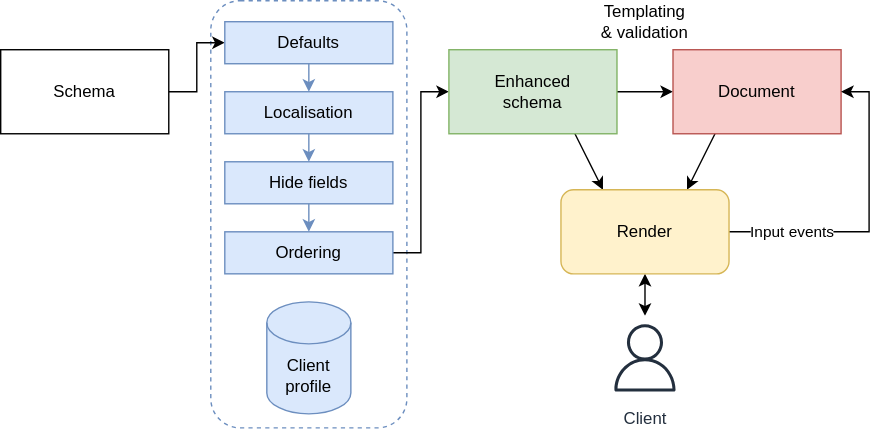
Before: slides/resources/public/img/ui-schema-pipeline.svg, a diagram exported from draw.io (oliyh/jsonschema-talk). Source tidied: cells renumbered, new cells last; positions are measured from the earlier drawing's top-left corner, leaving out a move shared by most shapes.
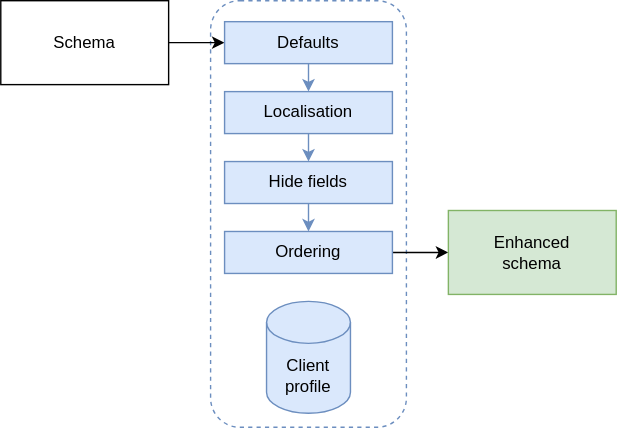
After the commit.

Change to the diagram source:
```diff
@@ -9,7 +9,7 @@
       <mxGeometry relative="1" as="geometry" />
     </mxCell>
     <mxCell id="4" value="Schema" style="rounded=0;whiteSpace=wrap;html=1;" parent="1" vertex="1">
-      <mxGeometry y="35" width="120" height="60" as="geometry" />
+      <mxGeometry width="120" height="60" as="geometry" />
     </mxCell>
     <mxCell id="5" style="edgeStyle=orthogonalEdgeStyle;rounded=0;jettySize=auto;html=1;exitX=0.5;exitY=1;exitDx=0;exitDy=0;entryX=0.5;entryY=0;entryDx=0;entryDy=0;fillColor=#dae8fc;strokeColor=#6c8ebf;" parent="1" edge="1" source="6" target="8">
       <mxGeometry relative="1" as="geometry" />
@@ -38,38 +38,8 @@
     <mxCell id="13" value="Client&lt;div&gt;profile&lt;/div&gt;" style="shape=cylinder3;whiteSpace=wrap;html=1;boundedLbl=1;backgroundOutline=1;size=15;fillColor=#dae8fc;strokeColor=#6c8ebf;" parent="1" vertex="1">
       <mxGeometry x="190" y="215" width="60" height="80" as="geometry" />
     </mxCell>
-    <mxCell id="14" style="rounded=0;jettySize=auto;html=1;exitX=0.75;exitY=1;exitDx=0;exitDy=0;entryX=0.25;entryY=0;entryDx=0;entryDy=0;" parent="1" edge="1" source="16" target="22">
-      <mxGeometry relative="1" as="geometry" />
-    </mxCell>
-    <mxCell id="15" style="edgeStyle=orthogonalEdgeStyle;rounded=0;jettySize=auto;html=1;exitX=1;exitY=0.5;exitDx=0;exitDy=0;entryX=0;entryY=0.5;entryDx=0;entryDy=0;" parent="1" edge="1" source="16" target="18">
-      <mxGeometry relative="1" as="geometry" />
-    </mxCell>
     <mxCell id="16" value="Enhanced&lt;div&gt;schema&lt;/div&gt;" style="rounded=0;whiteSpace=wrap;html=1;fillColor=#d5e8d4;strokeColor=#82b366;" parent="1" vertex="1">
-      <mxGeometry x="320" y="35" width="120" height="60" as="geometry" />
+      <mxGeometry x="320" y="150" width="120" height="60" as="geometry" />
     </mxCell>
-    <mxCell id="17" style="rounded=0;jettySize=auto;html=1;exitX=0.25;exitY=1;exitDx=0;exitDy=0;entryX=0.75;entryY=0;entryDx=0;entryDy=0;" parent="1" edge="1" source="18" target="22">
-      <mxGeometry relative="1" as="geometry" />
-    </mxCell>
-    <mxCell id="18" value="Document" style="rounded=0;whiteSpace=wrap;html=1;fillColor=#f8cecc;strokeColor=#b85450;" parent="1" vertex="1">
-      <mxGeometry x="480" y="35" width="120" height="60" as="geometry" />
-    </mxCell>
-    <mxCell id="19" style="edgeStyle=orthogonalEdgeStyle;rounded=0;jettySize=auto;html=1;exitX=1;exitY=0.5;exitDx=0;exitDy=0;entryX=1;entryY=0.5;entryDx=0;entryDy=0;" parent="1" edge="1" source="22" target="18">
-      <mxGeometry relative="1" as="geometry" />
-    </mxCell>
-    <mxCell id="20" value="Input events" style="edgeLabel;html=1;align=center;verticalAlign=middle;" parent="19" vertex="1">
-      <mxGeometry x="-0.6" y="1" relative="1" as="geometry" />
-    </mxCell>
-    <mxCell id="21" style="edgeStyle=orthogonalEdgeStyle;rounded=0;jettySize=auto;html=1;exitX=0.5;exitY=1;exitDx=0;exitDy=0;startArrow=classic;startFill=1;" parent="1" edge="1" source="22" target="23">
-      <mxGeometry relative="1" as="geometry" />
-    </mxCell>
-    <mxCell id="22" value="Render" style="rounded=1;whiteSpace=wrap;html=1;fillColor=#fff2cc;strokeColor=#d6b656;" parent="1" vertex="1">
-      <mxGeometry x="400" y="135" width="120" height="60" as="geometry" />
-    </mxCell>
-    <mxCell id="23" value="Client" style="sketch=0;outlineConnect=0;fontColor=#232F3E;gradientColor=none;strokeColor=#232F3E;fillColor=#ffffff;dashed=0;verticalLabelPosition=bottom;verticalAlign=top;align=center;html=1;fontSize=12;fontStyle=0;shape=mxgraph.aws4.resourceIcon;resIcon=mxgraph.aws4.user;" parent="1" vertex="1">
-      <mxGeometry x="430" y="225" width="60" height="60" as="geometry" />
-    </mxCell>
-    <mxCell id="24" value="Templating &amp;amp; validation" style="text;html=1;align=center;verticalAlign=middle;whiteSpace=wrap;rounded=0;" parent="1" vertex="1">
-      <mxGeometry x="425" width="70" height="30" as="geometry" />
-    </mxCell>
   </root>
 </mxGraphModel>
```
